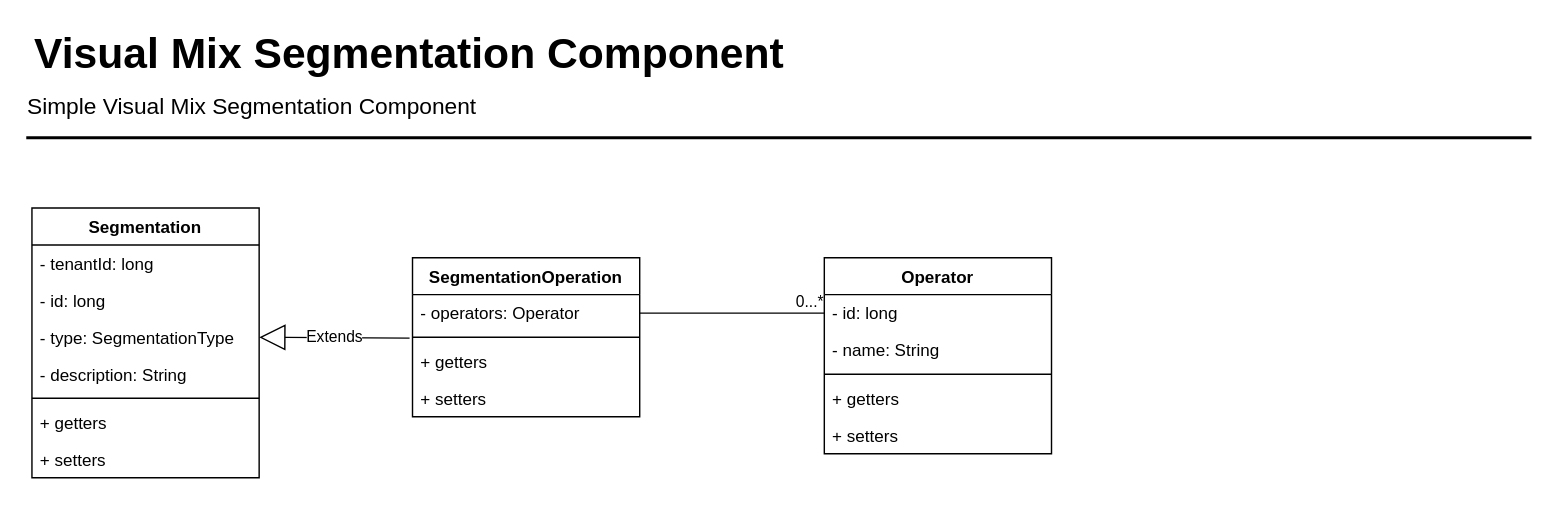
The draw.io diagram segmentation-component.drawio in Wiu0/diagram, before the edit. Source tidied: cells renumbered, new cells numbered last; positions are measured from the earlier drawing's top-left corner, leaving out a move shared by most shapes. Both pictures are drawn from the tidied source at 142%, with x=0, y=0 at pixel (24, 23).
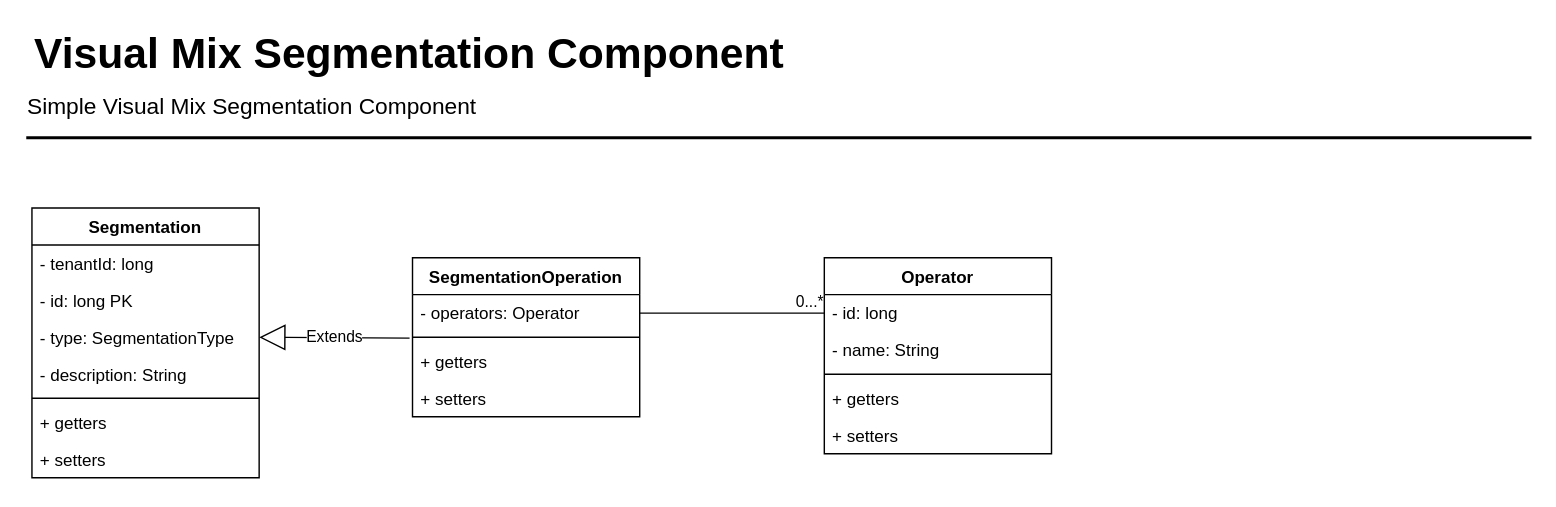
The same diagram, later.

The change refers to these unchanged cells:
```xml
<mxCell id="5" value="Segmentation" style="swimlane;fontStyle=1;align=center;verticalAlign=top;horizontal=1;startSize=26;" parent="1" vertex="1">
  <mxGeometry x="5" y="130" width="160" height="190" as="geometry" />
</mxCell>
```

What changed in the source:
```diff
@@
-    <mxCell id="7" value="- id: long" style="text;strokeColor=none;fillColor=none;align=left;verticalAlign=top;spacingLeft=4;spacingRight=4;overflow=hidden;" parent="5" vertex="1">
+    <mxCell id="7" value="- id: long PK" style="text;strokeColor=none;fillColor=none;align=left;verticalAlign=top;spacingLeft=4;spacingRight=4;overflow=hidden;" parent="5" vertex="1">
       <mxGeometry y="52" width="160" height="26" as="geometry" />
     </mxCell>
```
